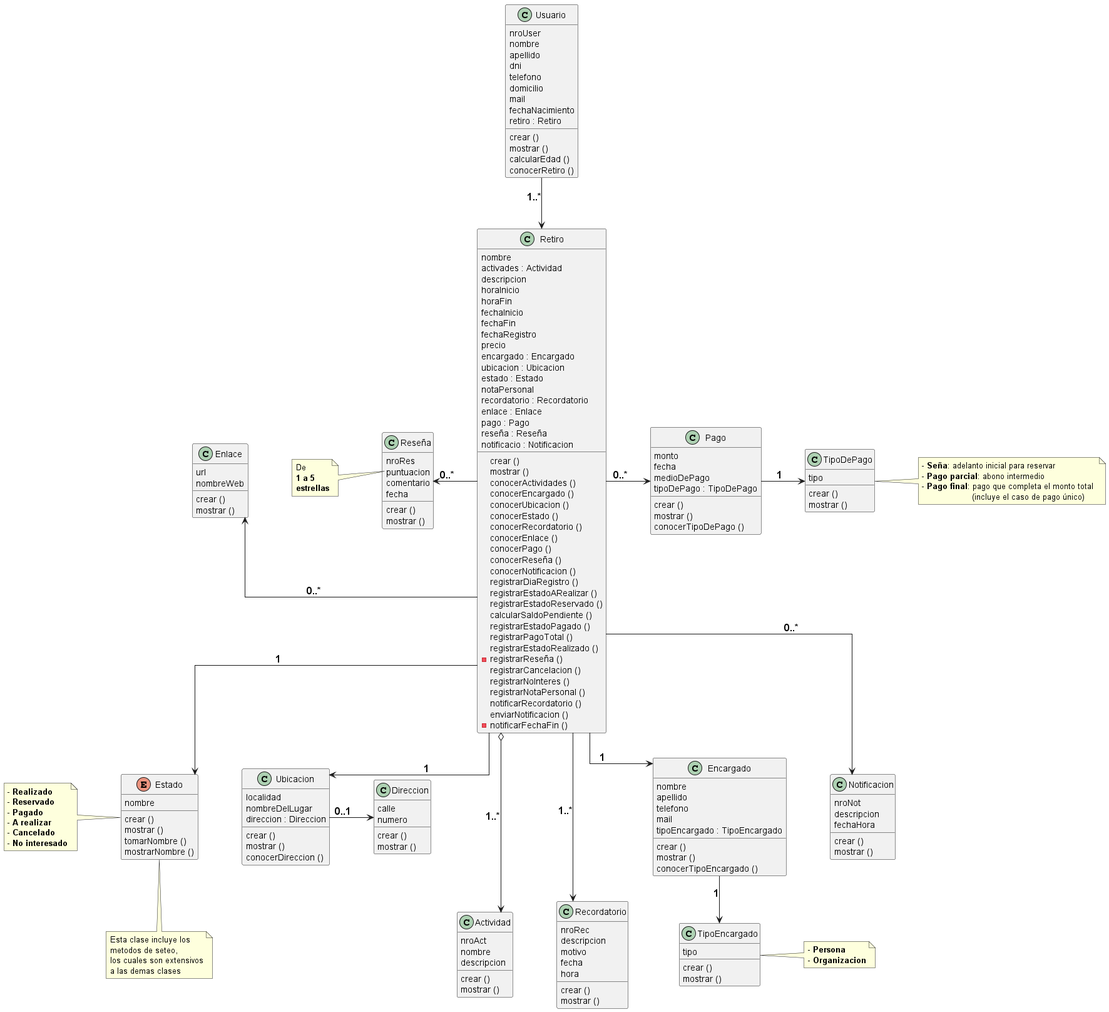
angelkemerer/diagramas-uml keeps this PlantUML diagram as out/TPI/claseTPI/diagrama de clases TPI etapa 2.png. Above is the earlier version.
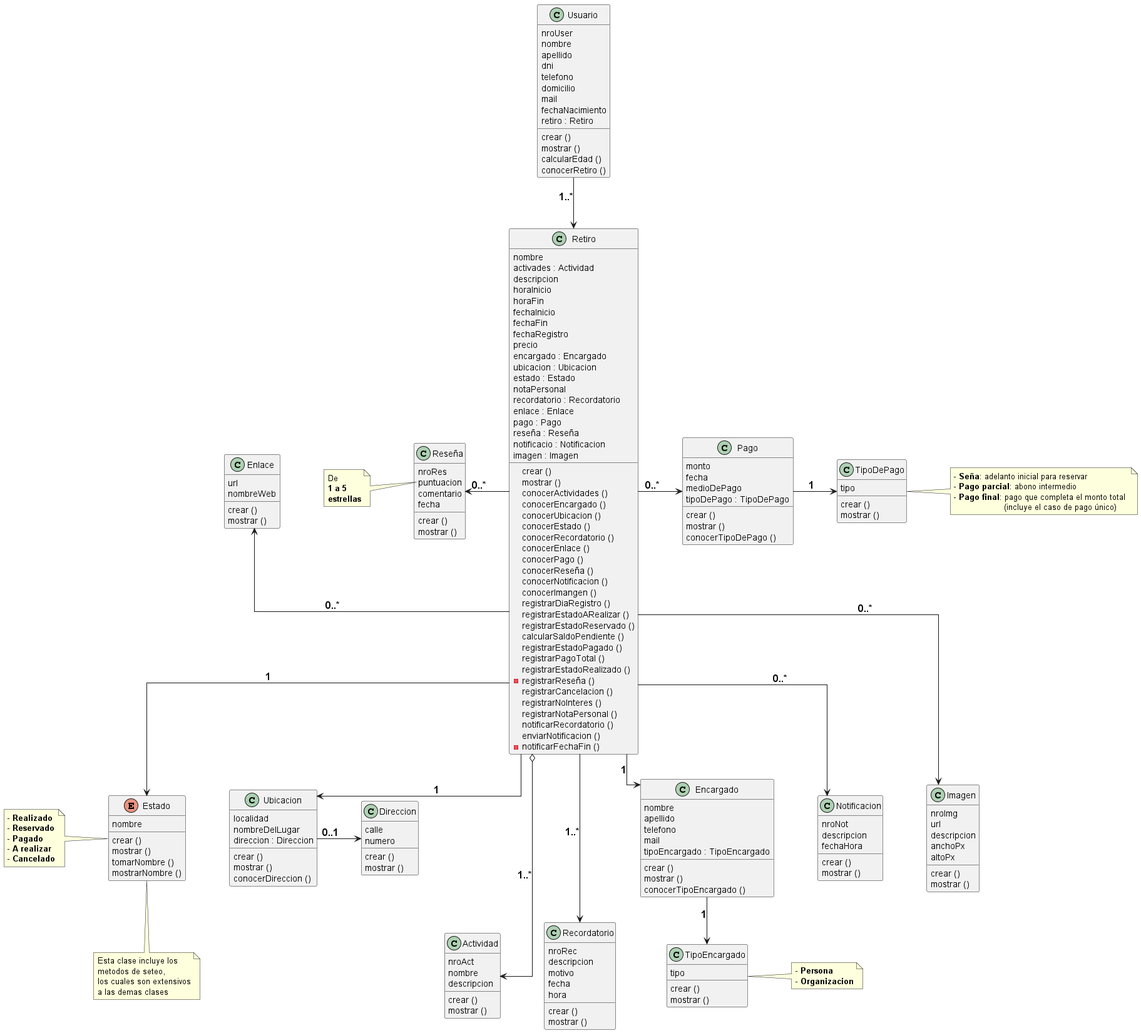
Later version of the same file.

Diff of the diagram source:
```diff
@@ -38,6 +38,7 @@
     pago : Pago
     reseña : Reseña
     notificacio : Notificacion
+    imagen : Imagen
     crear ()
     mostrar ()
     conocerActividades ()
@@ -49,6 +50,7 @@
     conocerPago ()
     conocerReseña ()
     conocerNotificacion ()
+    conocerImangen ()
     registrarDiaRegistro ()
     registrarEstadoARealizar ()
     registrarEstadoReservado ()
@@ -164,6 +166,16 @@
     mostrar ()
 }
 
+class Imagen {
+    nroImg
+    url
+    descripcion
+    anchoPx
+    altoPx
+    crear ()
+    mostrar ()
+}
+
 note right of TipoEncargado
     - <b>Persona
     - <b>Organizacion
@@ -174,7 +186,6 @@
     - <b>Pagado
     - <b>A realizar
     - <b>Cancelado
-    - <b>No interesado
 end note
 
 note left of Reseña::puntuacion
@@ -209,6 +220,7 @@
 Retiro --> Notificacion : <size: 16><b>0..*
 Retiro -left-> Enlace : <size: 16><b>0..*
 Retiro -left-> Reseña : <size: 16><b> 0..*
+Retiro -down-> Imagen : <size: 16><b>0..*
 
 Estado .down. N1
 @enduml
```
